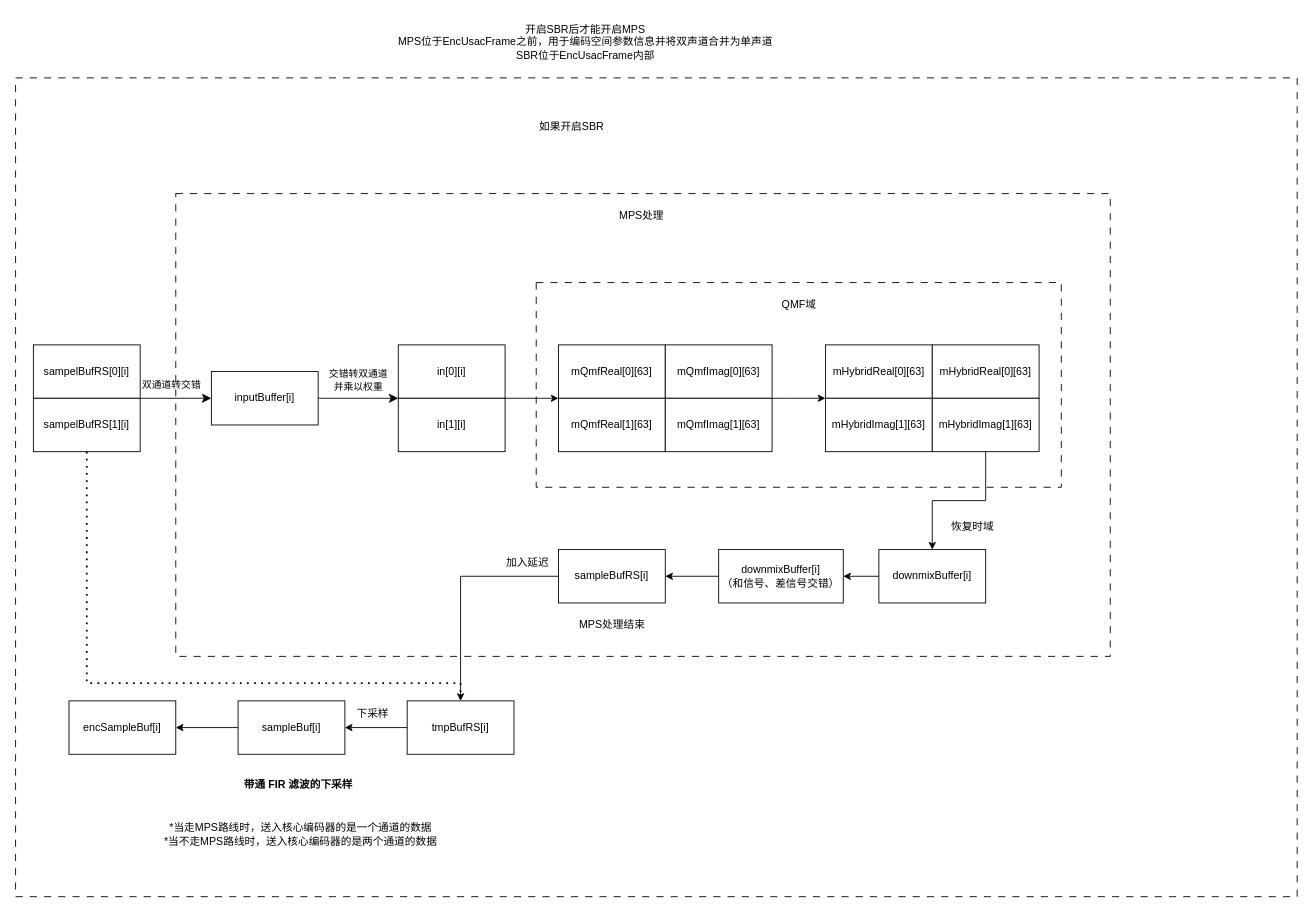
The draw.io diagram Mps212.drawio in xdzqyyds/draw.io, before the edit. Source tidied: cells renumbered, new cells numbered last; positions are measured from the earlier drawing's top-left corner, leaving out a move shared by most shapes. Both pictures are drawn from the tidied source at 89%, with x=0, y=0 at pixel (15, 15).
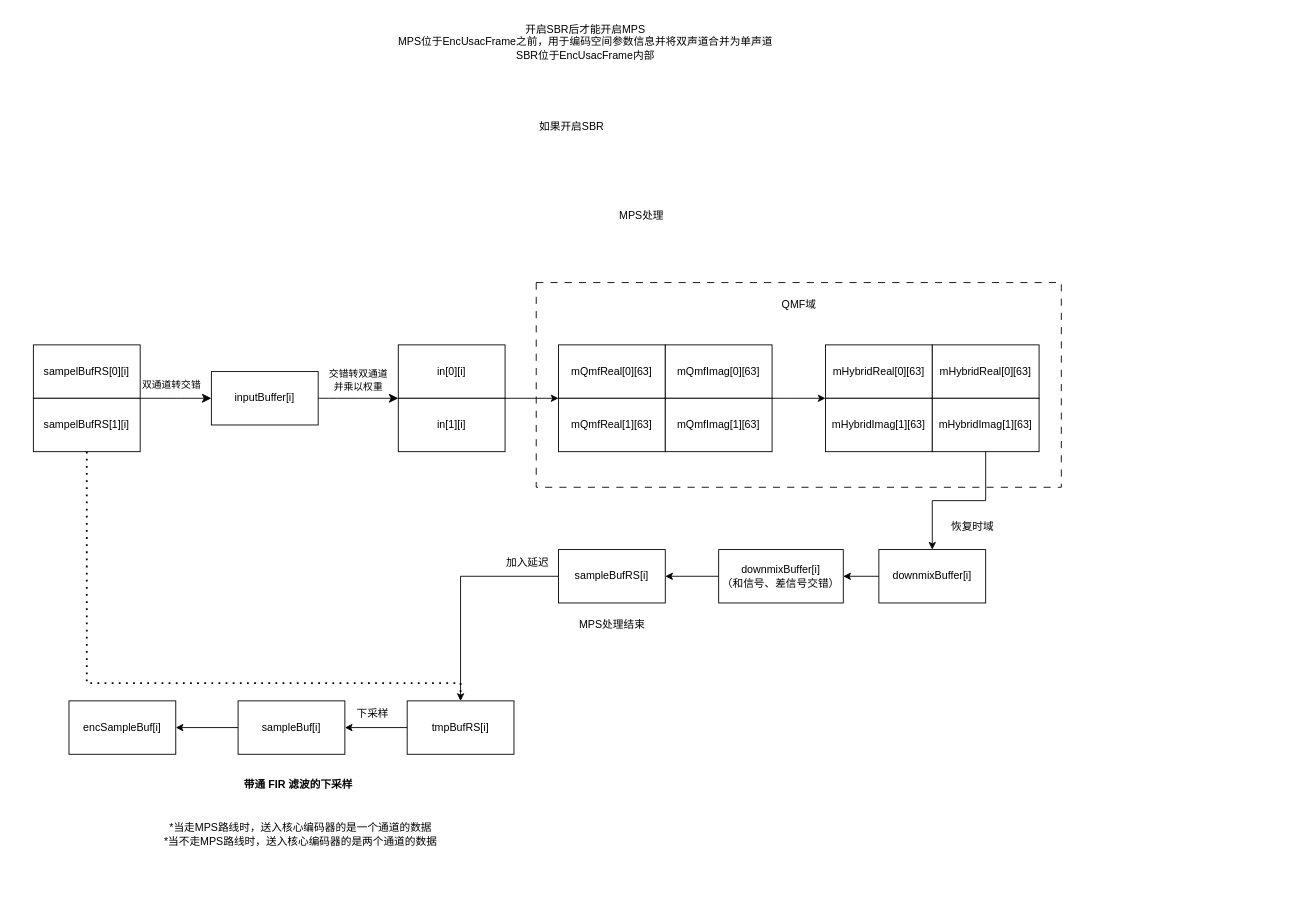
After the change.

Diff of the diagram source:
```diff
@@
-    <mxCell id="1" parent="0" />
-    <mxCell id="2" style="whiteSpace=wrap;html=1;fillColor=none;dashed=1;dashPattern=8 8;" parent="1" vertex="1">
-      <mxGeometry y="70" width="1440" height="920" as="geometry" />
-    </mxCell>
-    <mxCell id="3" style="whiteSpace=wrap;html=1;fillColor=none;dashed=1;dashPattern=8 8;" parent="1" vertex="1">
-      <mxGeometry x="180" y="200" width="1050" height="520" as="geometry" />
-    </mxCell>
```
